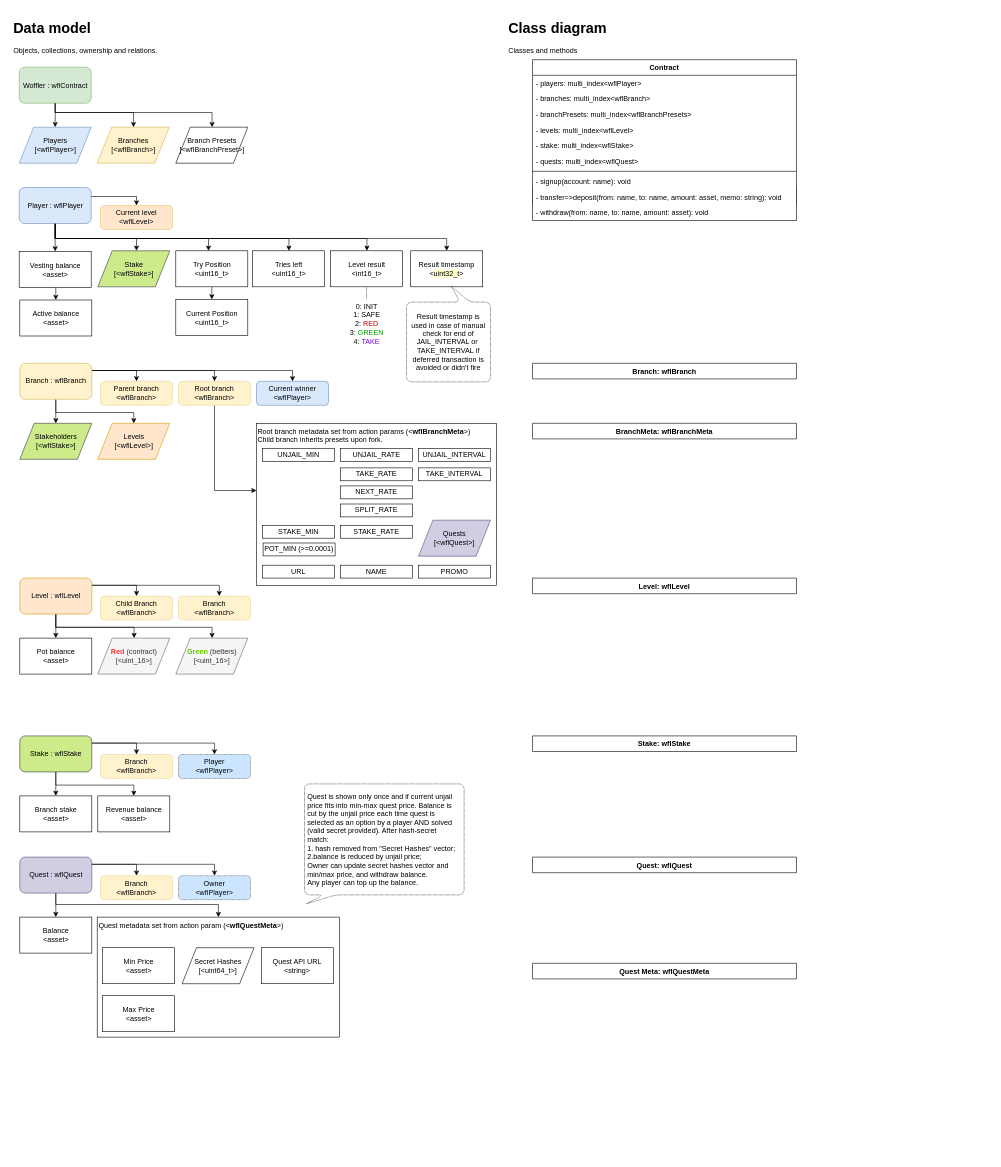
Earlier version of the draw.io diagram page "data logic" (12 of 12) of ia/WOFFLER IA.drawio (cptn-solo/woffler_contract). Source tidied: cells renumbered, new cells numbered last; positions are measured from the earlier drawing's top-left corner, leaving out a move shared by most shapes. Both pictures are drawn from the tidied source at 60%, with x=0, y=0 at pixel (10, 16).
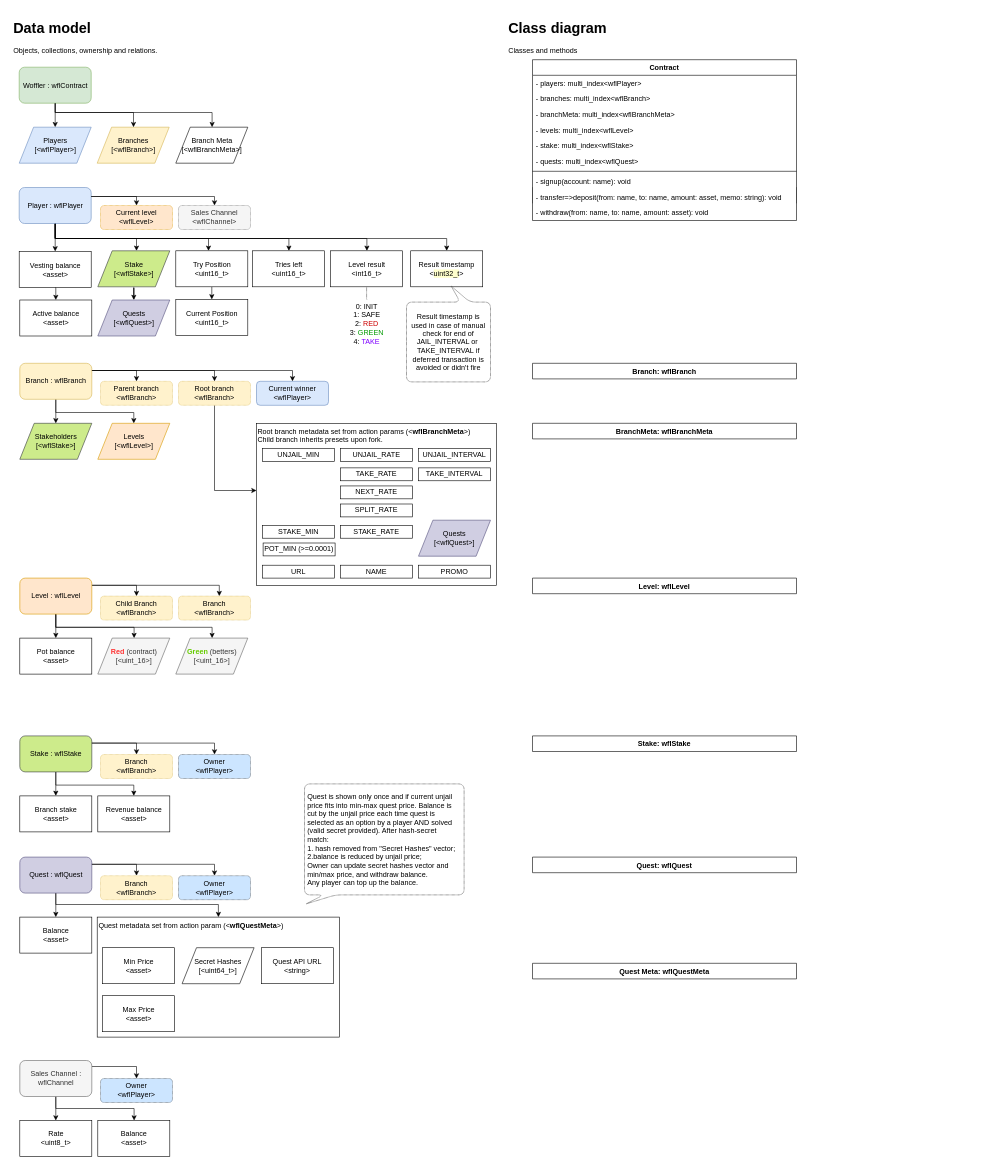
The same diagram, later.

Commit message (it also covers changes not shown here):
#11 Add referrer field to IA (players table) : WIP - added to TAKE workflow. Should think on balance with UNJAIL and SPLIT.

The change refers to these unchanged cells:
```xml
<mxCell id="10" value="Player : wflPlayer" style="rounded=1;whiteSpace=wrap;html=1;fillColor=#dae8fc;strokeColor=#6c8ebf;" parent="1" vertex="1">
  <mxGeometry x="14.5" y="285" width="120" height="60" as="geometry" />
</mxCell>
<mxCell id="62" value="Stake&lt;br&gt;[&amp;lt;wflStake&amp;gt;]&lt;br&gt;" style="shape=parallelogram;perimeter=parallelogramPerimeter;rounded=0;whiteSpace=wrap;html=1;fillColor=#cdeb8b;strokeColor=#36393d;" parent="1" vertex="1">
  <mxGeometry x="145.5" y="390.5" width="120" height="60" as="geometry" />
</mxCell>
<mxCell id="103" value="Contract" style="swimlane;fontStyle=1;align=center;verticalAlign=top;horizontal=1;startSize=26;swimlaneFillColor=#ffffff;" parent="1" vertex="1">
  <mxGeometry x="870" y="72" width="440" height="268" as="geometry" />
</mxCell>
```

Change to the diagram source:
```diff
@@
+    <mxCell id="114" style="edgeStyle=orthogonalEdgeStyle;rounded=0;jettySize=auto;html=1;" parent="1" edge="1" source="10" target="115">
+      <mxGeometry relative="1" as="geometry">
+        <Array as="points">
+          <mxPoint x="340" y="300" />
+        </Array>
+      </mxGeometry>
+    </mxCell>
@@
+    <mxCell id="115" value="Sales Channel&lt;br&gt;&amp;lt;wflChannel&amp;gt;&lt;br&gt;" style="rounded=1;whiteSpace=wrap;html=1;fillColor=#f5f5f5;strokeColor=#666666;dashed=1;dashPattern=1 1;fontColor=#333333;" parent="1" vertex="1">
+      <mxGeometry x="280" y="315" width="120" height="40" as="geometry" />
+    </mxCell>
@@
-    <mxCell id="20" value="Branch Presets&lt;br&gt;[&amp;lt;wflBranchPreset&amp;gt;]&lt;br&gt;" style="shape=parallelogram;perimeter=parallelogramPerimeter;rounded=0;whiteSpace=wrap;html=1;" parent="1" vertex="1">
+    <mxCell id="20" value="Branch Meta&lt;br&gt;[&amp;lt;wflBranchMeta&amp;gt;]&lt;br&gt;" style="shape=parallelogram;perimeter=parallelogramPerimeter;rounded=0;whiteSpace=wrap;html=1;" parent="1" vertex="1">
       <mxGeometry x="275.5" y="184.5" width="120" height="60" as="geometry" />
     </mxCell>
@@
-    <mxCell id="55" value="Player&lt;br&gt;&amp;lt;wflPlayer&amp;gt;&lt;br&gt;" style="rounded=1;whiteSpace=wrap;html=1;dashed=1;dashPattern=1 1;fillColor=#cce5ff;strokeColor=#36393d;" parent="1" vertex="1">
+    <mxCell id="55" value="Owner&lt;br&gt;&amp;lt;wflPlayer&amp;gt;&lt;br&gt;" style="rounded=1;whiteSpace=wrap;html=1;dashed=1;dashPattern=1 1;fillColor=#cce5ff;strokeColor=#36393d;" parent="1" vertex="1">
       <mxGeometry x="280" y="1230" width="120" height="40" as="geometry" />
     </mxCell>
@@
+    <mxCell id="116" style="edgeStyle=orthogonalEdgeStyle;rounded=0;jettySize=auto;html=1;" parent="1" edge="1" source="62" target="117">
+      <mxGeometry relative="1" as="geometry" />
+    </mxCell>
@@
+    <mxCell id="117" value="Quests&lt;br&gt;[&amp;lt;wflQuest&amp;gt;]&lt;br&gt;" style="shape=parallelogram;perimeter=parallelogramPerimeter;rounded=0;whiteSpace=wrap;html=1;fillColor=#d0cee2;strokeColor=#56517e;" parent="1" vertex="1">
+      <mxGeometry x="145.5" y="472.5" width="120" height="60" as="geometry" />
+    </mxCell>
@@
-    <mxCell id="106" value="- branchPresets: multi_index&lt;wflBranchPresets&gt;" style="text;strokeColor=none;fillColor=none;align=left;verticalAlign=top;spacingLeft=4;spacingRight=4;overflow=hidden;" parent="103" vertex="1">
+    <mxCell id="106" value="- branchMeta: multi_index&lt;wflBranchMeta&gt;" style="text;strokeColor=none;fillColor=none;align=left;verticalAlign=top;spacingLeft=4;spacingRight=4;overflow=hidden;" parent="103" vertex="1">
       <mxGeometry y="78" width="440" height="26" as="geometry" />
     </mxCell>
@@
+    <mxCell id="118" style="edgeStyle=orthogonalEdgeStyle;rounded=0;jettySize=auto;html=1;" parent="1" edge="1" source="121" target="122">
+      <mxGeometry relative="1" as="geometry">
+        <Array as="points">
+          <mxPoint x="76" y="1820" />
+          <mxPoint x="76" y="1820" />
+        </Array>
+      </mxGeometry>
+    </mxCell>
+    <mxCell id="119" style="edgeStyle=orthogonalEdgeStyle;rounded=0;jettySize=auto;html=1;" parent="1" edge="1" source="121" target="123">
+      <mxGeometry relative="1" as="geometry">
+        <Array as="points">
+          <mxPoint x="210" y="1750" />
+        </Array>
+      </mxGeometry>
+    </mxCell>
+    <mxCell id="120" style="edgeStyle=orthogonalEdgeStyle;rounded=0;jettySize=auto;html=1;" parent="1" edge="1" source="121" target="124">
+      <mxGeometry relative="1" as="geometry">
+        <Array as="points">
+          <mxPoint x="76" y="1820" />
+          <mxPoint x="206" y="1820" />
+        </Array>
+      </mxGeometry>
+    </mxCell>
+    <mxCell id="121" value="Sales Channel : wflChannel&lt;br&gt;" style="rounded=1;whiteSpace=wrap;html=1;fillColor=#f5f5f5;strokeColor=#666666;fontColor=#333333;" parent="1" vertex="1">
+      <mxGeometry x="15.5" y="1740" width="120" height="60" as="geometry" />
+    </mxCell>
+    <mxCell id="122" value="Rate&lt;br&gt;&amp;lt;uint8_t&amp;gt;&lt;br&gt;" style="rounded=0;whiteSpace=wrap;html=1;" parent="1" vertex="1">
+      <mxGeometry x="15.5" y="1840" width="120" height="60" as="geometry" />
+    </mxCell>
+    <mxCell id="123" value="Owner&lt;br&gt;&amp;lt;wflPlayer&amp;gt;&lt;br&gt;" style="rounded=1;whiteSpace=wrap;html=1;dashed=1;dashPattern=1 1;fillColor=#cce5ff;strokeColor=#36393d;" parent="1" vertex="1">
+      <mxGeometry x="150" y="1770" width="120" height="40" as="geometry" />
+    </mxCell>
+    <mxCell id="124" value="Balance&lt;br&gt;&amp;lt;asset&amp;gt;&lt;br&gt;" style="rounded=0;whiteSpace=wrap;html=1;" parent="1" vertex="1">
+      <mxGeometry x="145.5" y="1840" width="120" height="60" as="geometry" />
+    </mxCell>
```
